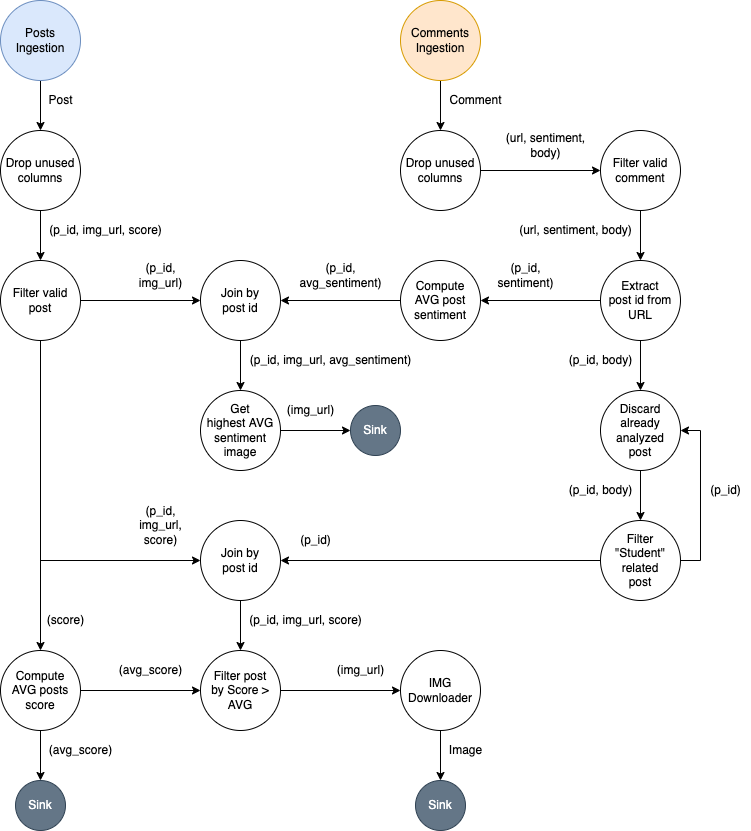
Before: TP2/docs/diagrams/DAG_transparent.png, a diagram exported from draw.io (mauro7x/distribuidos). Source tidied: cells renumbered, new cells last; positions are measured from the earlier drawing's top-left corner, leaving out a move shared by most shapes.
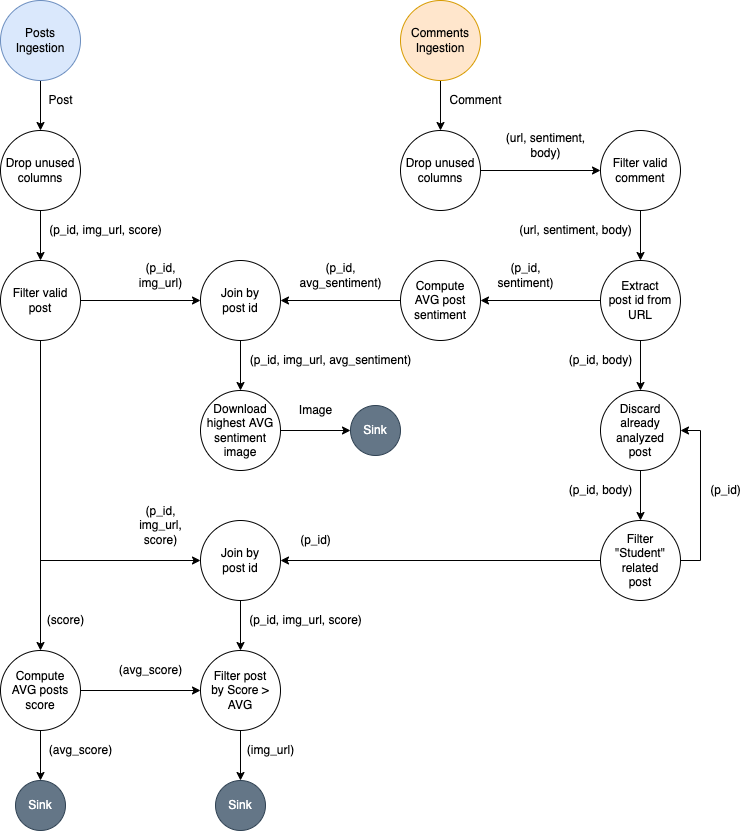
The same file after the commit.

Diff of the diagram source:
```diff
@@ -93,7 +93,7 @@
     <mxCell id="30" style="edgeStyle=orthogonalEdgeStyle;rounded=0;jettySize=auto;html=1;fontSize=10;" parent="1" edge="1" source="31" target="33">
       <mxGeometry relative="1" as="geometry" />
     </mxCell>
-    <mxCell id="31" value="Get&lt;br&gt;highest AVG sentiment image" style="ellipse;whiteSpace=wrap;html=1;" parent="1" vertex="1">
+    <mxCell id="31" value="Download&lt;br&gt;highest AVG sentiment image" style="ellipse;whiteSpace=wrap;html=1;" parent="1" vertex="1">
       <mxGeometry x="200" y="390" width="80" height="80" as="geometry" />
     </mxCell>
     <mxCell id="32" value="(p_id, img_url, avg_sentiment)" style="text;html=1;align=center;verticalAlign=middle;strokeColor=none;fillColor=none;" parent="1" vertex="1">
@@ -102,8 +102,8 @@
     <mxCell id="33" value="Sink" style="ellipse;whiteSpace=wrap;html=1;fillColor=#647687;fontColor=#ffffff;strokeColor=#314354;" parent="1" vertex="1">
       <mxGeometry x="350" y="405" width="50" height="50" as="geometry" />
     </mxCell>
-    <mxCell id="34" value="(img_url)" style="text;html=1;align=center;verticalAlign=middle;strokeColor=none;fillColor=none;" parent="1" vertex="1">
-      <mxGeometry x="280" y="400" width="60" height="20" as="geometry" />
+    <mxCell id="34" value="Image" style="text;html=1;align=center;verticalAlign=middle;strokeColor=none;fillColor=none;" parent="1" vertex="1">
+      <mxGeometry x="290" y="400" width="50" height="20" as="geometry" />
     </mxCell>
     <mxCell id="35" style="edgeStyle=orthogonalEdgeStyle;rounded=0;jettySize=auto;html=1;fontSize=10;" parent="1" edge="1" source="36" target="39">
       <mxGeometry relative="1" as="geometry" />
@@ -125,9 +125,9 @@
     <mxCell id="39" value="Filter&lt;br&gt;&quot;Student&quot; related&lt;br&gt;post" style="ellipse;whiteSpace=wrap;html=1;" parent="1" vertex="1">
       <mxGeometry x="600" y="520" width="80" height="80" as="geometry" />
     </mxCell>
-    <mxCell id="40" style="edgeStyle=orthogonalEdgeStyle;rounded=0;jettySize=auto;html=1;" parent="1" edge="1" source="41" target="61">
-      <mxGeometry relative="1" as="geometry" />
-    </mxCell>
+    <mxCell id="63" style="edgeStyle=orthogonalEdgeStyle;rounded=0;jettySize=auto;html=1;" parent="1" edge="1" source="41" target="51">
+      <mxGeometry relative="1" as="geometry" />
+    </mxCell>
     <mxCell id="41" value="Filter post&lt;br&gt;by Score &amp;gt; AVG" style="ellipse;whiteSpace=wrap;html=1;" parent="1" vertex="1">
       <mxGeometry x="200" y="650" width="80" height="80" as="geometry" />
     </mxCell>
@@ -159,10 +159,10 @@
       <mxGeometry x="40" y="740" width="80" height="20" as="geometry" />
     </mxCell>
     <mxCell id="51" value="Sink" style="ellipse;whiteSpace=wrap;html=1;fillColor=#647687;fontColor=#ffffff;strokeColor=#314354;" parent="1" vertex="1">
-      <mxGeometry x="415" y="780" width="50" height="50" as="geometry" />
+      <mxGeometry x="215" y="780" width="50" height="50" as="geometry" />
     </mxCell>
     <mxCell id="52" value="(img_url)" style="text;html=1;align=center;verticalAlign=middle;strokeColor=none;fillColor=none;" parent="1" vertex="1">
-      <mxGeometry x="330" y="660" width="60" height="20" as="geometry" />
+      <mxGeometry x="240" y="740" width="60" height="20" as="geometry" />
     </mxCell>
     <mxCell id="53" value="(score)" style="text;html=1;align=center;verticalAlign=middle;strokeColor=none;fillColor=none;" parent="1" vertex="1">
       <mxGeometry x="40" y="610" width="50" height="20" as="geometry" />
@@ -185,14 +185,5 @@
     <mxCell id="59" value="(url, sentiment,&lt;br&gt;body)" style="text;html=1;align=center;verticalAlign=middle;strokeColor=none;fillColor=none;" parent="1" vertex="1">
       <mxGeometry x="500" y="130" width="90" height="30" as="geometry" />
     </mxCell>
-    <mxCell id="60" style="edgeStyle=orthogonalEdgeStyle;rounded=0;jettySize=auto;html=1;" parent="1" edge="1" source="61" target="51">
-      <mxGeometry relative="1" as="geometry" />
-    </mxCell>
-    <mxCell id="61" value="IMG&lt;br&gt;Downloader" style="ellipse;whiteSpace=wrap;html=1;" parent="1" vertex="1">
-      <mxGeometry x="400" y="650" width="80" height="80" as="geometry" />
-    </mxCell>
-    <mxCell id="62" value="Image" style="text;html=1;align=center;verticalAlign=middle;strokeColor=none;fillColor=none;" parent="1" vertex="1">
-      <mxGeometry x="440" y="740" width="50" height="20" as="geometry" />
-    </mxCell>
   </root>
 </mxGraphModel>
```
